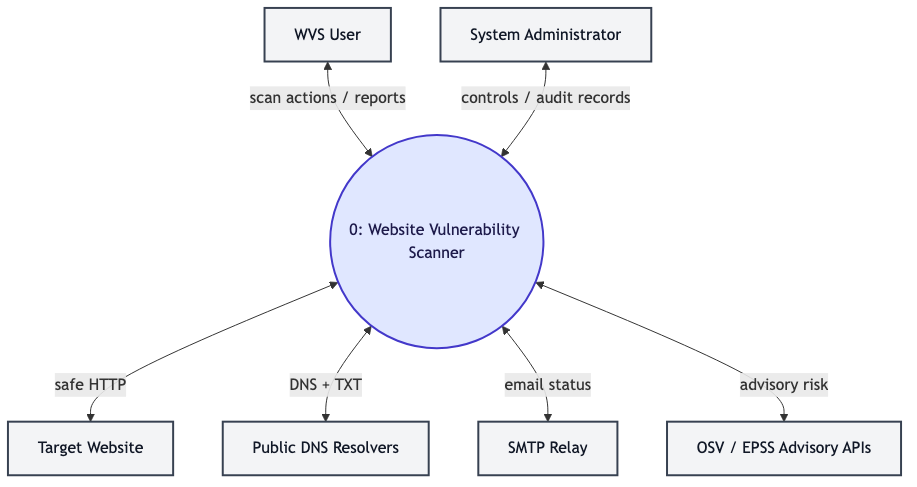
Earlier version of the Mermaid export docs/mermaid/png/level-0.png (ksacheth/software-engineering). Its source is kept beside it as docs/mermaid/level-0.mmd.
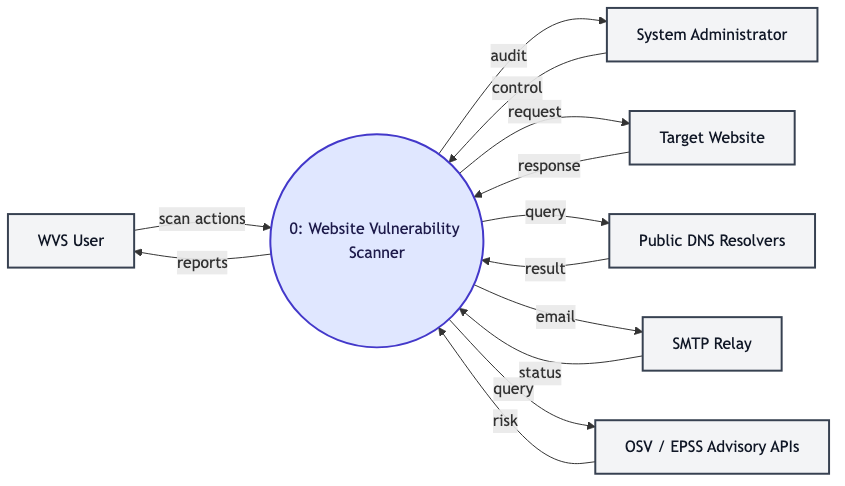
The same file after the commit.

Change to the diagram source:
```diff
@@ -1,4 +1,4 @@
-flowchart TD
+flowchart LR
 
     User["WVS User"]
     Admin["System Administrator"]
@@ -8,12 +8,18 @@
     SMTP["SMTP Relay"]
     OSV["OSV / EPSS Advisory APIs"]
 
-    User <-->|"scan actions / reports"| P0
-    Admin <-->|"controls / audit records"| P0
-    P0 <-->|"safe HTTP"| Target
-    P0 <-->|"DNS + TXT"| DNS
-    P0 <-->|"email status"| SMTP
-    P0 <-->|"advisory risk"| OSV
+    User -->|"scan actions"| P0
+    P0 -->|"reports"| User
+    Admin -->|"control"| P0
+    P0 -->|"audit"| Admin
+    P0 -->|"request"| Target
+    Target -->|"response"| P0
+    P0 -->|"query"| DNS
+    DNS -->|"result"| P0
+    P0 -->|"email"| SMTP
+    SMTP -->|"status"| P0
+    P0 -->|"query"| OSV
+    OSV -->|"risk"| P0
 
     classDef process fill:#e0e7ff,stroke:#4338ca,stroke-width:2px,color:#1e1b4b;
     classDef entity fill:#f3f4f6,stroke:#374151,stroke-width:2px,color:#111827;
```
